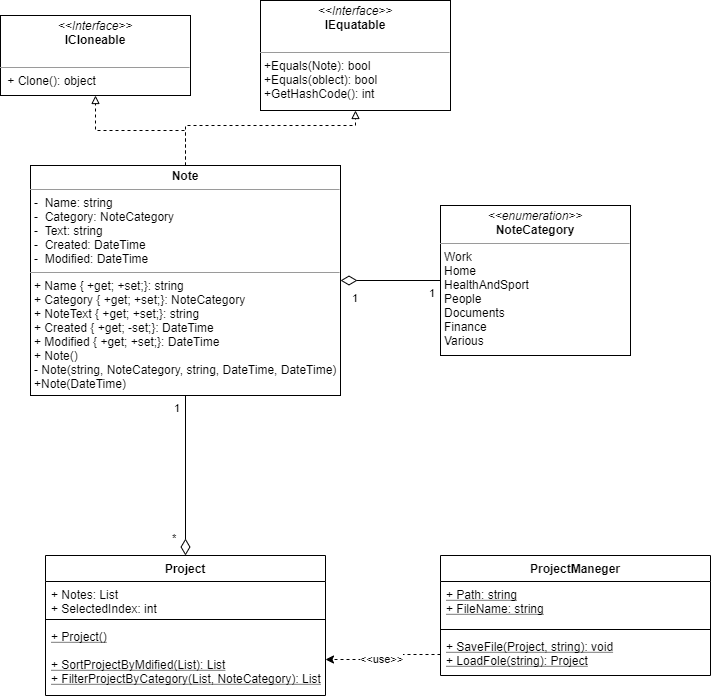
Earlier version of the draw.io export doc/ClassesDiagram.png (CyberAndrey77/NoteAppNTVP). Source tidied: cells renumbered, new cells last; positions are measured from the earlier drawing's top-left corner, leaving out a move shared by most shapes.
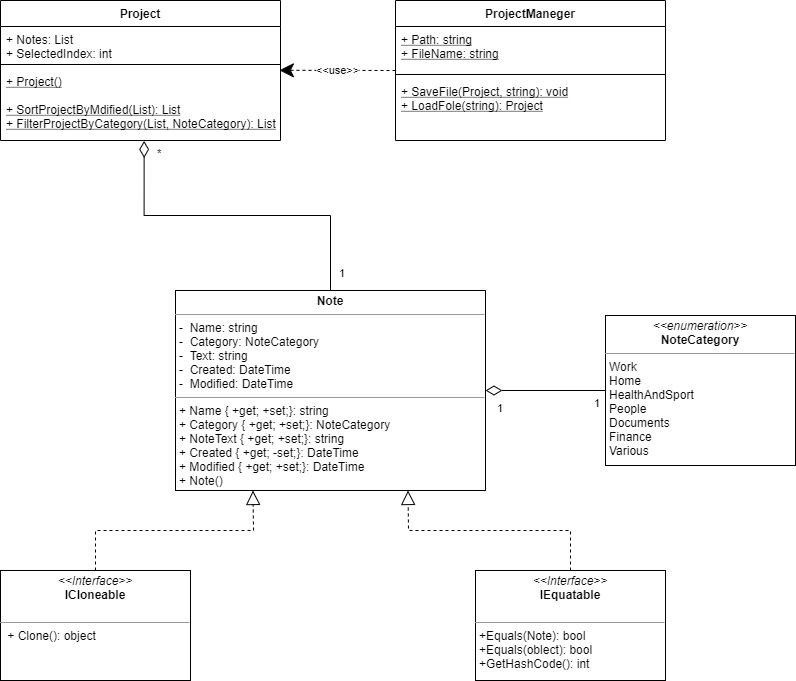
Above is the later version.

The edit, as a diff of the source:
```diff
@@ -2,34 +2,17 @@
   <root>
     <mxCell id="0" />
     <mxCell id="1" parent="0" />
-    <mxCell id="2" style="edgeStyle=orthogonalEdgeStyle;rounded=0;jettySize=auto;html=1;exitX=0.5;exitY=0;exitDx=0;exitDy=0;entryX=0.5;entryY=1;entryDx=0;entryDy=0;endArrow=block;endFill=0;dashed=1;" parent="1" edge="1" source="4" target="6">
-      <mxGeometry relative="1" as="geometry" />
-    </mxCell>
-    <mxCell id="3" style="edgeStyle=orthogonalEdgeStyle;rounded=0;jettySize=auto;html=1;exitX=0.5;exitY=0;exitDx=0;exitDy=0;entryX=0.5;entryY=1;entryDx=0;entryDy=0;endArrow=block;endFill=0;dashed=1;" parent="1" edge="1" source="4" target="20">
-      <mxGeometry relative="1" as="geometry">
-        <Array as="points">
-          <mxPoint x="185" y="125" />
-          <mxPoint x="355" y="125" />
-        </Array>
-      </mxGeometry>
-    </mxCell>
     <mxCell id="4" value="&lt;p style=&quot;margin: 0px ; margin-top: 4px ; text-align: center&quot;&gt;&lt;b&gt;Note&lt;/b&gt;&lt;/p&gt;&lt;hr size=&quot;1&quot;&gt;&lt;p style=&quot;margin: 0px ; margin-left: 4px&quot;&gt;-&amp;nbsp; Name: string&lt;/p&gt;&lt;p style=&quot;margin: 0px ; margin-left: 4px&quot;&gt;-&amp;nbsp; Category: NoteCategory&lt;br&gt;&lt;/p&gt;&lt;p style=&quot;margin: 0px ; margin-left: 4px&quot;&gt;-&amp;nbsp; Text: string&lt;br&gt;&lt;/p&gt;&lt;p style=&quot;margin: 0px ; margin-left: 4px&quot;&gt;-&amp;nbsp; Created: DateTime&lt;/p&gt;&lt;p style=&quot;margin: 0px ; margin-left: 4px&quot;&gt;-&amp;nbsp; Modified: DateTime&lt;/p&gt;&lt;hr size=&quot;1&quot;&gt;&lt;p style=&quot;margin: 0px 0px 0px 4px&quot;&gt;+ Name { +get; +set;}: string&lt;/p&gt;&lt;p style=&quot;margin: 0px 0px 0px 4px&quot;&gt;+ Category { +get; +set;}: NoteCategory&lt;/p&gt;&lt;p style=&quot;margin: 0px 0px 0px 4px&quot;&gt;+ NoteText { +get; +set;}: string&lt;/p&gt;&lt;p style=&quot;margin: 0px 0px 0px 4px&quot;&gt;+ Created { +get; -set;}: DateTime&lt;/p&gt;&lt;p style=&quot;margin: 0px 0px 0px 4px&quot;&gt;+ Modified { +get; +set;}: DateTime&lt;/p&gt;&lt;p style=&quot;margin: 0px 0px 0px 4px&quot;&gt;+ Note()&lt;/p&gt;&lt;p style=&quot;margin: 0px 0px 0px 4px&quot;&gt;- Note(string, NoteCategory, string, DateTime, DateTime)&lt;/p&gt;&lt;p style=&quot;margin: 0px 0px 0px 4px&quot;&gt;+Note(DateTime)&lt;/p&gt;&lt;p style=&quot;margin: 0px 0px 0px 4px&quot;&gt;&lt;br&gt;&lt;/p&gt;" style="verticalAlign=top;align=left;overflow=fill;fontSize=12;fontFamily=Helvetica;html=1;" parent="1" vertex="1">
-      <mxGeometry x="30" y="165" width="310" height="230" as="geometry" />
+      <mxGeometry x="220" y="205" width="310" height="200" as="geometry" />
     </mxCell>
     <mxCell id="5" value="&lt;p style=&quot;margin: 0px ; margin-top: 4px ; text-align: center&quot;&gt;&lt;i&gt;&amp;lt;&amp;lt;enumeration&amp;gt;&amp;gt;&lt;/i&gt;&lt;br&gt;&lt;b&gt;NoteCategory&lt;/b&gt;&lt;/p&gt;&lt;hr size=&quot;1&quot;&gt;&lt;p style=&quot;margin: 0px 0px 0px 4px&quot;&gt;Work&lt;/p&gt;&lt;p style=&quot;margin: 0px 0px 0px 4px&quot;&gt;&lt;span&gt;Home&lt;/span&gt;&lt;/p&gt;&lt;p style=&quot;margin: 0px 0px 0px 4px&quot;&gt;&lt;span&gt;HealthAndSport&lt;/span&gt;&lt;/p&gt;&lt;p style=&quot;margin: 0px 0px 0px 4px&quot;&gt;&lt;span&gt;People&lt;/span&gt;&lt;/p&gt;&lt;p style=&quot;margin: 0px 0px 0px 4px&quot;&gt;&lt;span&gt;Documents&lt;/span&gt;&lt;/p&gt;&lt;p style=&quot;margin: 0px 0px 0px 4px&quot;&gt;&lt;span&gt;Finance&lt;/span&gt;&lt;/p&gt;&lt;p style=&quot;margin: 0px 0px 0px 4px&quot;&gt;&lt;span&gt;Various&lt;/span&gt;&lt;/p&gt;&lt;p style=&quot;margin: 0px ; margin-left: 4px&quot;&gt;&lt;br&gt;&lt;/p&gt;" style="verticalAlign=top;align=left;overflow=fill;fontSize=12;fontFamily=Helvetica;html=1;" parent="1" vertex="1">
-      <mxGeometry x="440" y="205" width="190" height="150" as="geometry" />
+      <mxGeometry x="650" y="230" width="190" height="150" as="geometry" />
     </mxCell>
     <mxCell id="6" value="&lt;p style=&quot;margin: 0px ; margin-top: 4px ; text-align: center&quot;&gt;&lt;i&gt;&amp;lt;&amp;lt;Interface&amp;gt;&amp;gt;&lt;/i&gt;&lt;br&gt;&lt;b&gt;ICloneable&lt;/b&gt;&lt;/p&gt;&lt;br&gt;&lt;hr size=&quot;1&quot;&gt;&lt;p style=&quot;margin: 0px ; margin-left: 4px&quot;&gt;&amp;nbsp;+ Clone(): object&lt;/p&gt;" style="verticalAlign=top;align=left;overflow=fill;fontSize=12;fontFamily=Helvetica;html=1;" parent="1" vertex="1">
-      <mxGeometry y="15" width="190" height="80" as="geometry" />
+      <mxGeometry x="45" y="485" width="190" height="110" as="geometry" />
     </mxCell>
-    <mxCell id="7" style="edgeStyle=orthogonalEdgeStyle;rounded=0;jettySize=auto;html=1;entryX=1;entryY=0.5;entryDx=0;entryDy=0;dashed=1;endArrow=classic;endFill=1;exitX=0;exitY=0.5;exitDx=0;exitDy=0;" parent="1" edge="1" source="16" target="12">
-      <mxGeometry relative="1" as="geometry" />
-    </mxCell>
-    <mxCell id="8" value="&amp;lt;&amp;lt;use&amp;gt;&amp;gt;" style="edgeLabel;html=1;align=center;verticalAlign=middle;" parent="7" vertex="1">
-      <mxGeometry x="0.08" y="-1" relative="1" as="geometry" />
-    </mxCell>
     <mxCell id="9" value="Project" style="swimlane;fontStyle=1;align=center;verticalAlign=top;horizontal=1;startSize=26;" parent="1" vertex="1">
-      <mxGeometry x="45" y="555" width="280" height="140" as="geometry" />
+      <mxGeometry x="45" y="-85" width="280" height="140" as="geometry" />
     </mxCell>
     <mxCell id="10" value="+ Notes: List&#10;+ SelectedIndex: int" style="text;strokeColor=none;fillColor=none;align=left;verticalAlign=top;spacingLeft=4;spacingRight=4;overflow=hidden;" parent="9" vertex="1">
       <mxGeometry y="26" width="280" height="34" as="geometry" />
@@ -41,7 +24,7 @@
       <mxGeometry y="68" width="280" height="72" as="geometry" />
     </mxCell>
     <mxCell id="13" value="ProjectManeger" style="swimlane;fontStyle=1;align=center;verticalAlign=top;horizontal=1;startSize=26;" parent="1" vertex="1">
-      <mxGeometry x="440" y="555" width="270" height="120" as="geometry" />
+      <mxGeometry x="440" y="-85" width="270" height="140" as="geometry" />
     </mxCell>
     <mxCell id="14" value="+ Path: string&#10;+ FileName: string" style="text;strokeColor=none;fillColor=none;align=left;verticalAlign=top;spacingLeft=4;spacingRight=4;overflow=hidden;fontStyle=4;" parent="13" vertex="1">
       <mxGeometry y="26" width="270" height="44" as="geometry" />
@@ -50,23 +33,10 @@
       <mxGeometry y="70" width="270" height="8" as="geometry" />
     </mxCell>
     <mxCell id="16" value="+ SaveFile(Project, string): void&#10;+ LoadFole(string): Project" style="text;strokeColor=none;fillColor=none;align=left;verticalAlign=top;spacingLeft=4;spacingRight=4;overflow=hidden;points=[[0,0.5],[1,0.5]];portConstraint=eastwest;fontStyle=4;" parent="13" vertex="1">
-      <mxGeometry y="78" width="270" height="42" as="geometry" />
+      <mxGeometry y="78" width="270" height="62" as="geometry" />
     </mxCell>
-    <mxCell id="17" style="endArrow=none;html=1;endSize=12;startArrow=diamondThin;startSize=14;startFill=0;edgeStyle=orthogonalEdgeStyle;exitX=0.5;exitY=0;exitDx=0;exitDy=0;entryX=0.5;entryY=1;entryDx=0;entryDy=0;endFill=0;" parent="1" edge="1" source="9" target="4">
-      <mxGeometry relative="1" as="geometry" />
-    </mxCell>
-    <mxCell id="18" value="*" style="edgeLabel;html=1;align=left;verticalAlign=top;" parent="17" vertex="1">
-      <mxGeometry x="-1" relative="1" as="geometry">
-        <mxPoint x="-15" y="-30" as="offset" />
-      </mxGeometry>
-    </mxCell>
-    <mxCell id="19" value="1" style="edgeLabel;html=1;align=right;verticalAlign=top;" parent="17" vertex="1">
-      <mxGeometry x="1" relative="1" as="geometry">
-        <mxPoint x="-5" as="offset" />
-      </mxGeometry>
-    </mxCell>
     <mxCell id="20" value="&lt;p style=&quot;margin: 0px ; margin-top: 4px ; text-align: center&quot;&gt;&lt;i&gt;&amp;lt;&amp;lt;Interface&amp;gt;&amp;gt;&lt;/i&gt;&lt;br&gt;&lt;b&gt;IEquatable&lt;/b&gt;&lt;/p&gt;&lt;br&gt;&lt;hr size=&quot;1&quot;&gt;&lt;p style=&quot;margin: 0px 0px 0px 4px&quot;&gt;+Equals(Note): bool&lt;/p&gt;&lt;p style=&quot;margin: 0px 0px 0px 4px&quot;&gt;+Equals(oblect): bool&lt;/p&gt;&lt;p style=&quot;margin: 0px 0px 0px 4px&quot;&gt;+GetHashCode(): int&lt;/p&gt;" style="verticalAlign=top;align=left;overflow=fill;fontSize=12;fontFamily=Helvetica;html=1;" parent="1" vertex="1">
-      <mxGeometry x="260" width="190" height="110" as="geometry" />
+      <mxGeometry x="520" y="485" width="190" height="110" as="geometry" />
     </mxCell>
     <mxCell id="21" style="endArrow=none;html=1;endSize=12;startArrow=diamondThin;startSize=14;startFill=0;edgeStyle=orthogonalEdgeStyle;exitX=1;exitY=0.5;exitDx=0;exitDy=0;entryX=0;entryY=0.5;entryDx=0;entryDy=0;endFill=0;" parent="1" edge="1" source="4" target="5">
       <mxGeometry relative="1" as="geometry" />
@@ -81,5 +51,38 @@
         <mxPoint x="-5" as="offset" />
       </mxGeometry>
     </mxCell>
+    <mxCell id="24" style="endArrow=none;html=1;endSize=12;startArrow=diamondThin;startSize=14;startFill=0;edgeStyle=orthogonalEdgeStyle;strokeWidth=1;entryX=0.5;entryY=0;entryDx=0;entryDy=0;exitX=0.513;exitY=1.006;exitDx=0;exitDy=0;exitPerimeter=0;endFill=0;rounded=0;" parent="1" edge="1" source="12" target="4">
+      <mxGeometry relative="1" as="geometry" />
+    </mxCell>
+    <mxCell id="18" value="*" style="edgeLabel;html=1;align=left;verticalAlign=top;" parent="24" vertex="1">
+      <mxGeometry x="-1" relative="1" as="geometry">
+        <mxPoint x="11" as="offset" />
+      </mxGeometry>
+    </mxCell>
+    <mxCell id="19" value="1" style="edgeLabel;html=1;align=right;verticalAlign=top;" parent="24" vertex="1">
+      <mxGeometry x="1" relative="1" as="geometry">
+        <mxPoint x="15" y="-30" as="offset" />
+      </mxGeometry>
+    </mxCell>
+    <mxCell id="8" value="&amp;lt;&amp;lt;use&amp;gt;&amp;gt;" style="endArrow=classic;endSize=12;dashed=1;html=1;strokeWidth=1;exitX=0;exitY=0.5;exitDx=0;exitDy=0;entryX=0.996;entryY=0.025;entryDx=0;entryDy=0;entryPerimeter=0;endFill=1;" parent="1" edge="1" source="13" target="12">
+      <mxGeometry relative="1" as="geometry" />
+    </mxCell>
+    <mxCell id="25" style="endArrow=block;dashed=1;endFill=0;endSize=12;html=1;strokeWidth=1;exitX=0.5;exitY=0;exitDx=0;exitDy=0;entryX=0.25;entryY=1;entryDx=0;entryDy=0;rounded=0;" parent="1" edge="1" source="6" target="4">
+      <mxGeometry relative="1" as="geometry">
+        <Array as="points">
+          <mxPoint x="140" y="445" />
+          <mxPoint x="260" y="445" />
+          <mxPoint x="298" y="445" />
+        </Array>
+      </mxGeometry>
+    </mxCell>
+    <mxCell id="26" style="endArrow=block;dashed=1;endFill=0;endSize=12;html=1;strokeWidth=1;exitX=0.5;exitY=0;exitDx=0;exitDy=0;rounded=0;entryX=0.75;entryY=1;entryDx=0;entryDy=0;" parent="1" edge="1" source="20" target="4">
+      <mxGeometry relative="1" as="geometry">
+        <Array as="points">
+          <mxPoint x="615" y="445" />
+          <mxPoint x="453" y="445" />
+        </Array>
+      </mxGeometry>
+    </mxCell>
   </root>
 </mxGraphModel>
```
